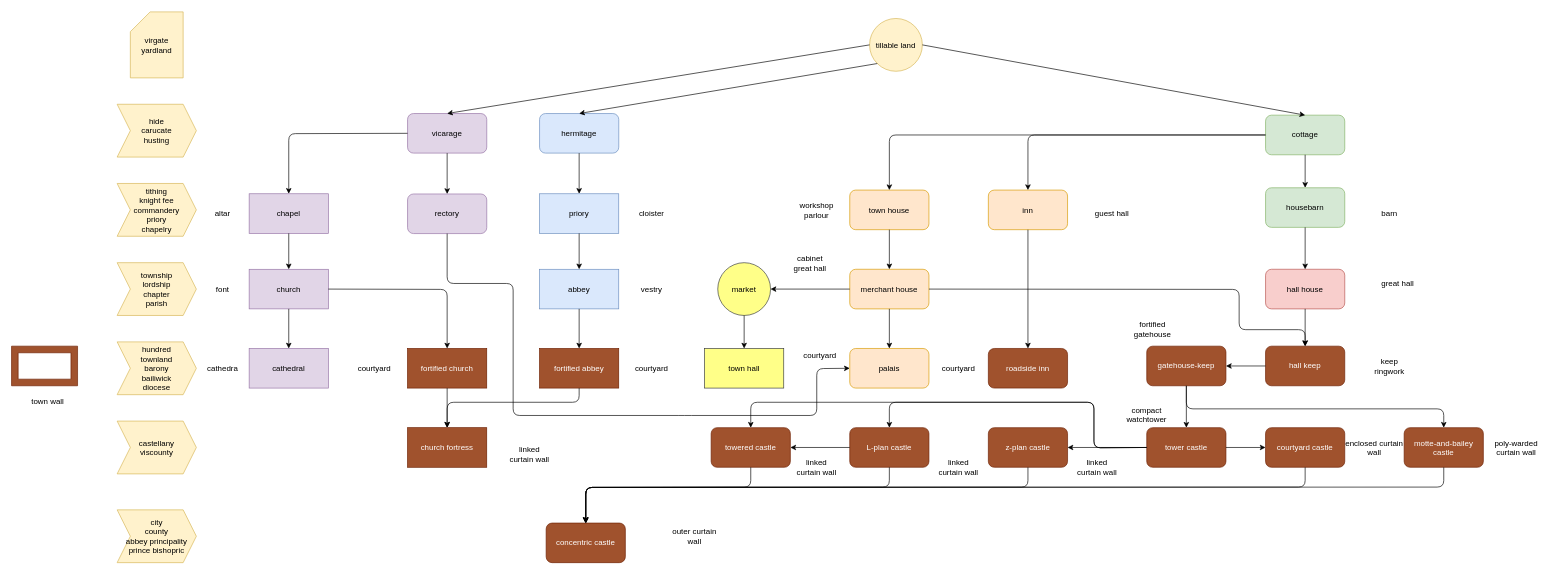
WiebedeBoer/middle3D keeps this draw.io diagram as manual/castle_design/castle_defenses.drawio. Above is the earlier version. Source tidied: cells renumbered, new cells numbered last; positions are measured from the earlier drawing's top-left corner, leaving out a move shared by most shapes. Both pictures are drawn from the tidied source at 66%, with x=0, y=0 at pixel (11, 12).
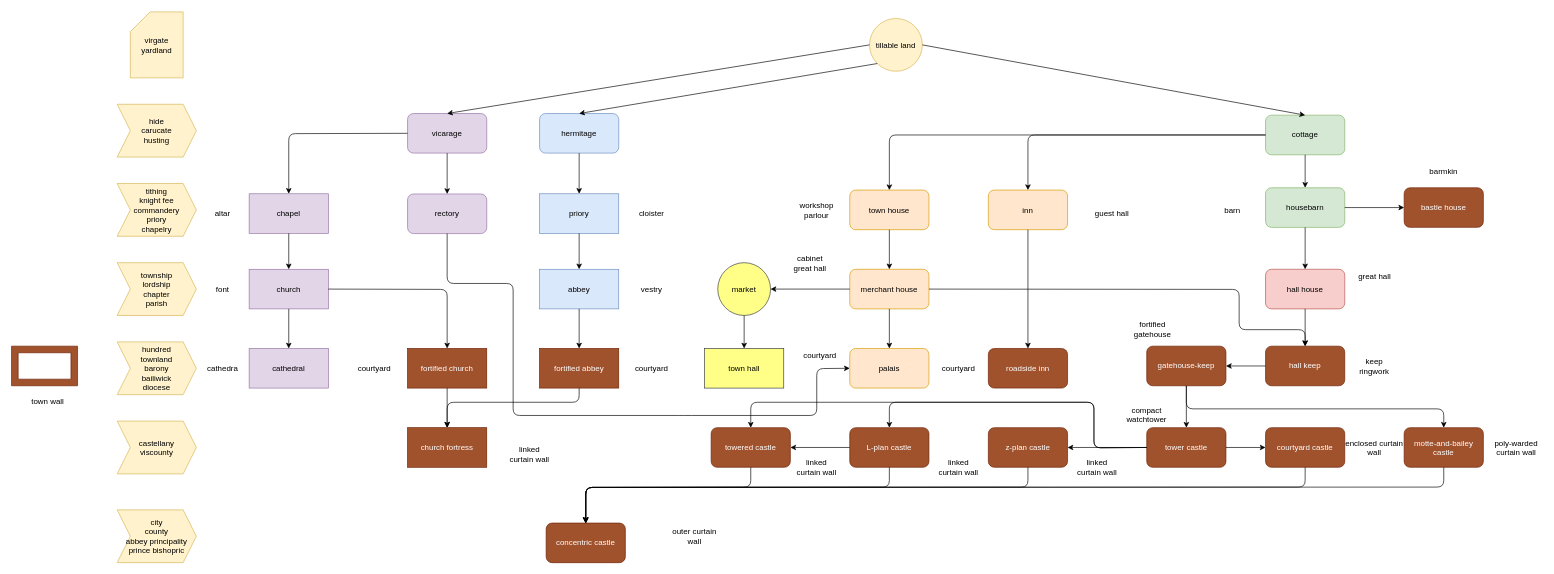
The same page after the edit.

Unchanged cells that the change refers to:
```xml
<mxCell id="21" value="housebarn" style="rounded=1;whiteSpace=wrap;html=1;fillColor=#d5e8d4;strokeColor=#82b366;" parent="1" vertex="1">
  <mxGeometry x="1900" y="266" width="120" height="60" as="geometry" />
</mxCell>
```

What changed in the source:
```diff
@@
     <mxCell id="20" value="&lt;div&gt;keep&lt;/div&gt;&lt;div&gt;ringwork&lt;br&gt;&lt;/div&gt;" style="text;html=1;strokeColor=none;fillColor=none;align=center;verticalAlign=middle;whiteSpace=wrap;rounded=0;" parent="1" vertex="1">
-      <mxGeometry x="2067.5" y="526" width="40" height="20" as="geometry" />
+      <mxGeometry x="2045" y="526" width="40" height="20" as="geometry" />
     </mxCell>
@@
     <mxCell id="23" value="great hall" style="text;html=1;strokeColor=none;fillColor=none;align=center;verticalAlign=middle;whiteSpace=wrap;rounded=0;" parent="1" vertex="1">
-      <mxGeometry x="2067.5" y="401" width="65" height="20" as="geometry" />
+      <mxGeometry x="2032.5" y="389.5" width="65" height="20" as="geometry" />
     </mxCell>
@@
     <mxCell id="26" value="barn" style="text;html=1;strokeColor=none;fillColor=none;align=center;verticalAlign=middle;whiteSpace=wrap;rounded=0;" parent="1" vertex="1">
-      <mxGeometry x="2067.5" y="295.4" width="40" height="20" as="geometry" />
+      <mxGeometry x="1830" y="289.5" width="40" height="20" as="geometry" />
     </mxCell>
@@
+    <mxCell id="104" value="bastle house" style="rounded=1;whiteSpace=wrap;html=1;fillColor=#a0522d;strokeColor=#6D1F00;fontColor=#ffffff;" parent="1" vertex="1">
+      <mxGeometry x="2110" y="266" width="120" height="60" as="geometry" />
+    </mxCell>
+    <mxCell id="105" style="endArrow=classic;html=1;entryX=0;entryY=0.5;entryDx=0;entryDy=0;exitX=1;exitY=0.5;exitDx=0;exitDy=0;" parent="1" edge="1" source="21" target="104">
+      <mxGeometry relative="1" as="geometry" />
+    </mxCell>
+    <mxCell id="106" value="barmkin" style="text;html=1;strokeColor=none;fillColor=none;align=center;verticalAlign=middle;whiteSpace=wrap;rounded=0;" parent="1" vertex="1">
+      <mxGeometry x="2150" y="231" width="40" height="20" as="geometry" />
+    </mxCell>
```
